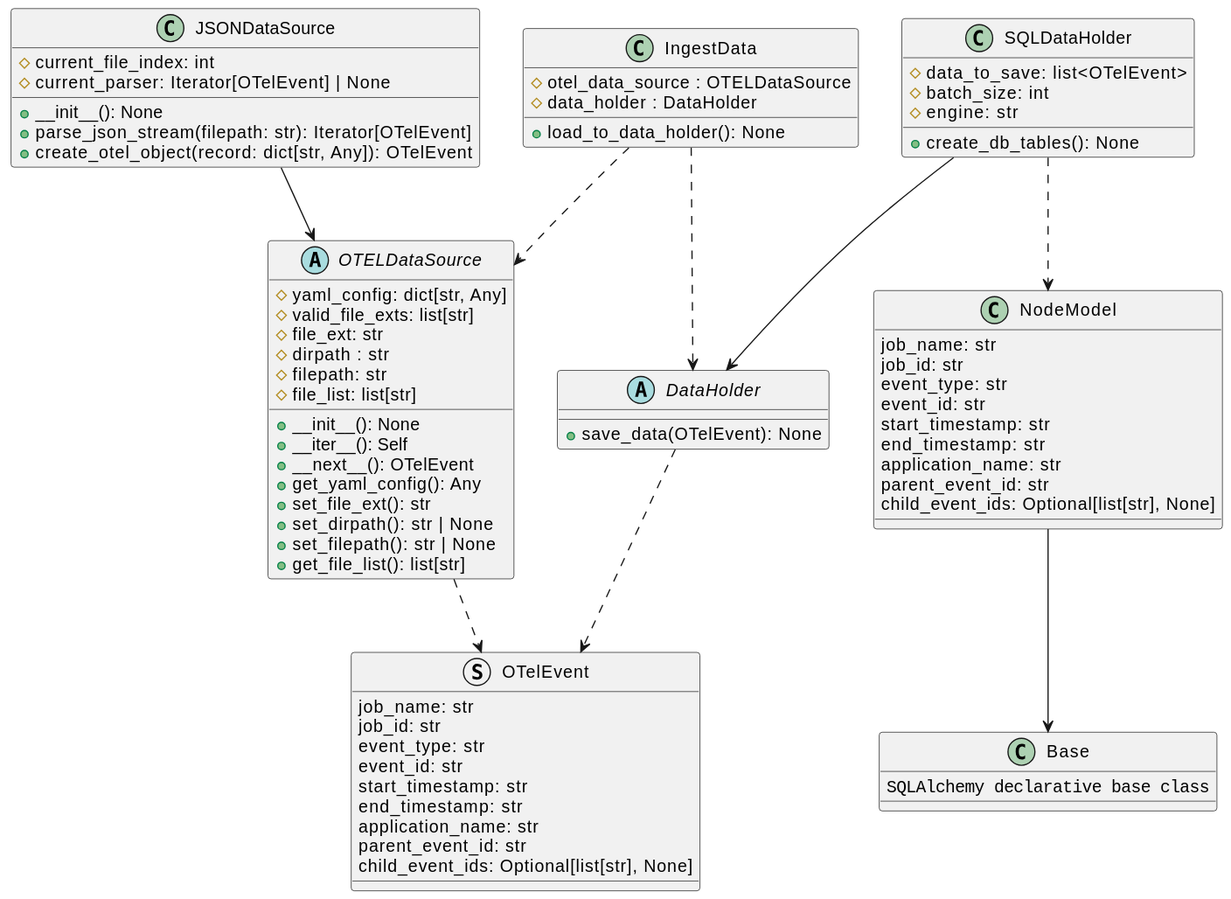
Above: docs/development/design/3-DN-Retrieving_unique_graphs_from_Otel_data/class_diagrams.svg in xtuml/otel2puml (PlantUML), before the change. The source it was exported from:
```plantuml
@startuml
struct OTelEvent {
    job_name: str
    job_id: str
    event_type: str
    event_id: str
    start_timestamp: str
    end_timestamp: str
    application_name: str
    parent_event_id: str
    child_event_ids: Optional[list[str], None]
}

abstract class OTELDataSource {
    #yaml_config: dict[str, Any]
    #valid_file_exts: list[str]
    #file_ext: str
    #dirpath : str
    #filepath: str
    #file_list: list[str]
    +__init__(): None
    +__iter__(): Self
    +__next__(): OTelEvent
    +get_yaml_config(): Any
    +set_file_ext(): str
    +set_dirpath(): str | None
    +set_filepath(): str | None
    +get_file_list(): list[str]
}

class JSONDataSource {
    #current_file_index: int
    #current_parser: Iterator[OTelEvent] | None
    +__init__(): None
    +parse_json_stream(filepath: str): Iterator[OTelEvent]
    +create_otel_object(record: dict[str, Any]): OTelEvent
}

class SQLDataHolder {
    #data_to_save: list<OTelEvent>
    #batch_size: int
    #engine: str
    +create_db_tables(): None
}

class NodeModel {
    job_name: str
    job_id: str
    event_type: str
    event_id: str
    start_timestamp: str
    end_timestamp: str
    application_name: str
    parent_event_id: str
    child_event_ids: Optional[list[str], None]
}

class Base {
    ""SQLAlchemy declarative base class""
}

abstract class DataHolder {
    +save_data(OTelEvent): None
}

class IngestData {
    #otel_data_source : OTELDataSource
    #data_holder : DataHolder
    +load_to_data_holder(): None
}

IngestData ..> OTELDataSource
IngestData ..> DataHolder
OTELDataSource ..> OTelEvent
JSONDataSource --> OTELDataSource
SQLDataHolder --> DataHolder
SQLDataHolder ..> NodeModel
NodeModel --> Base
DataHolder ..> OTelEvent
@enduml
```
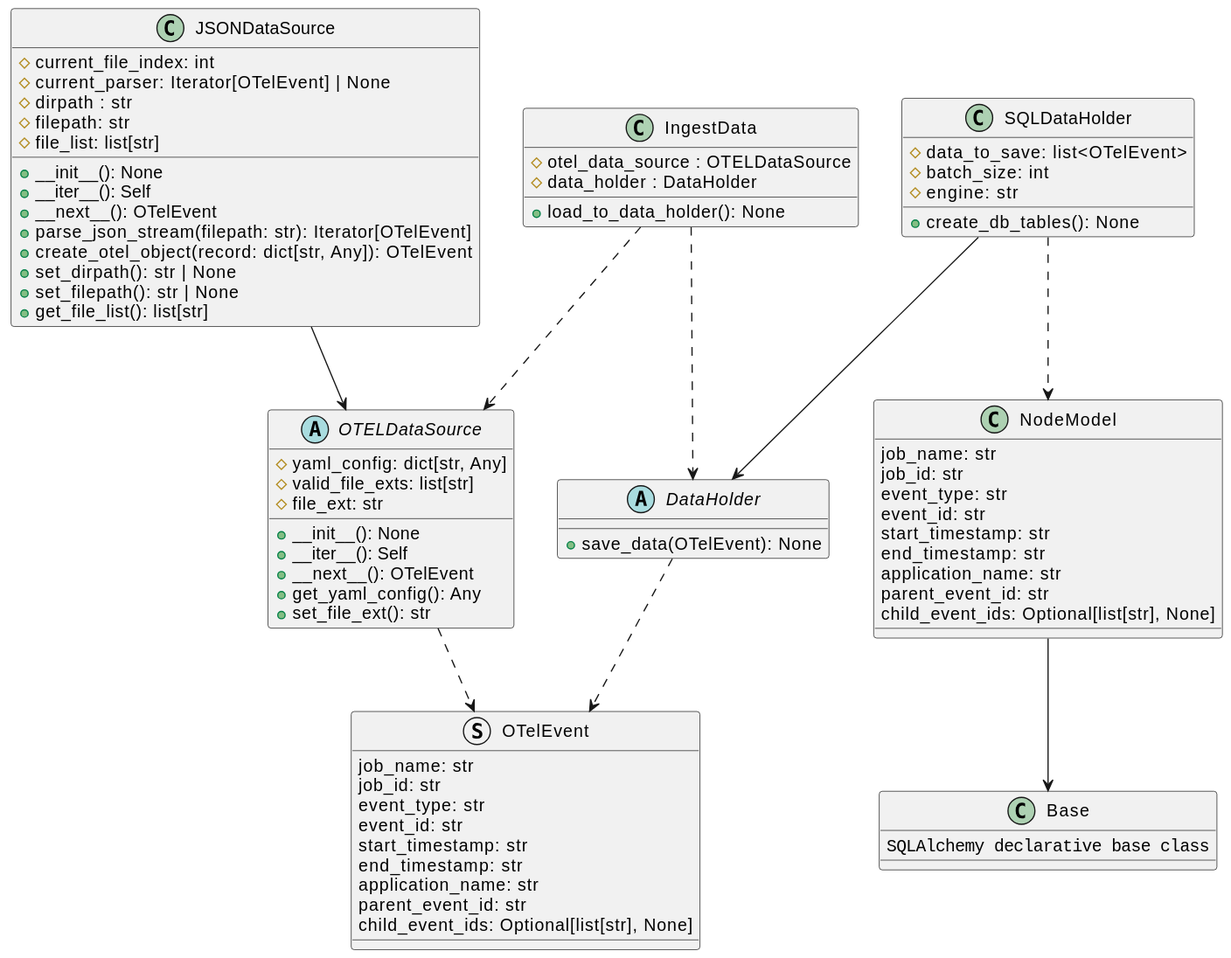
After the commit.

Commit message:
update design ntoe and class diagrams

Diff of the diagram source:
```diff
@@ -15,25 +15,27 @@
     #yaml_config: dict[str, Any]
     #valid_file_exts: list[str]
     #file_ext: str
+    +__init__(): None
+    +__iter__(): Self
+    +__next__(): OTelEvent
+    +get_yaml_config(): Any
+    +set_file_ext(): str
+}
+
+class JSONDataSource {
+    #current_file_index: int
+    #current_parser: Iterator[OTelEvent] | None
     #dirpath : str
     #filepath: str
     #file_list: list[str]
     +__init__(): None
     +__iter__(): Self
     +__next__(): OTelEvent
-    +get_yaml_config(): Any
-    +set_file_ext(): str
+    +parse_json_stream(filepath: str): Iterator[OTelEvent]
+    +create_otel_object(record: dict[str, Any]): OTelEvent
     +set_dirpath(): str | None
     +set_filepath(): str | None
     +get_file_list(): list[str]
-}
-
-class JSONDataSource {
-    #current_file_index: int
-    #current_parser: Iterator[OTelEvent] | None
-    +__init__(): None
-    +parse_json_stream(filepath: str): Iterator[OTelEvent]
-    +create_otel_object(record: dict[str, Any]): OTelEvent
 }
 
 class SQLDataHolder {
```
